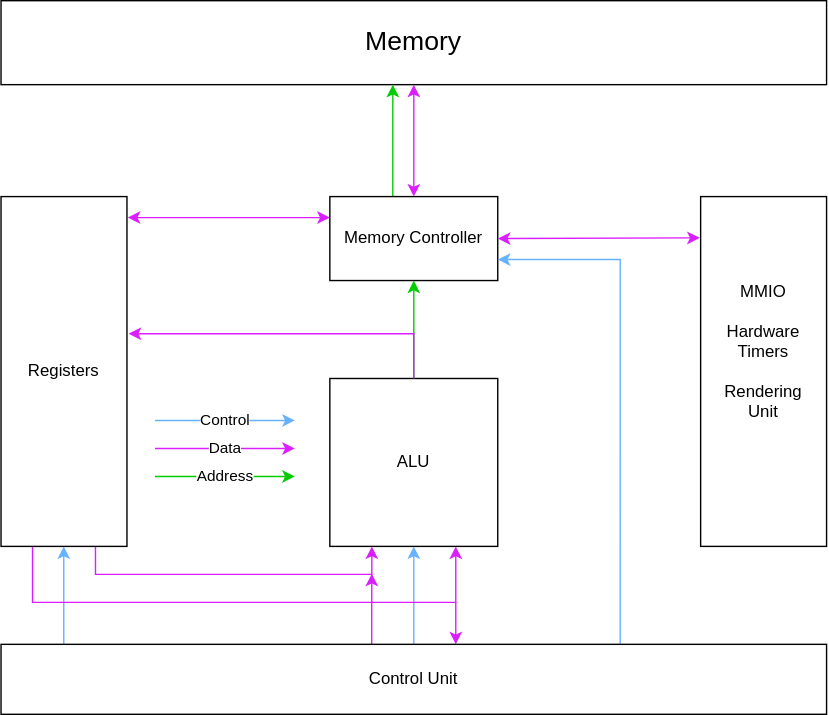
Before: docs/High Level Hardware Architecture.drawio.svg, a diagram exported from draw.io (Sanotsch2003/MiPro-XG-V1). Source tidied: cells renumbered, new cells last; positions are measured from the earlier drawing's top-left corner, leaving out a move shared by most shapes.
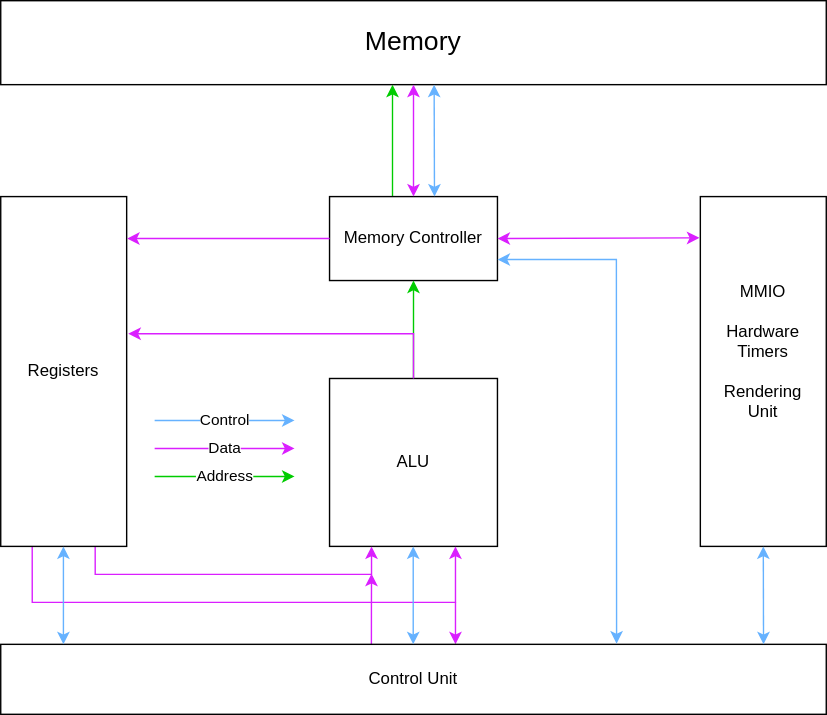
Above is the later version.

The edit, as a diff of the source:
```diff
@@ -2,12 +2,6 @@
   <root>
     <mxCell id="0" />
     <mxCell id="1" parent="0" />
-    <mxCell id="2" style="edgeStyle=orthogonalEdgeStyle;rounded=0;orthogonalLoop=1;jettySize=auto;html=1;exitX=0.5;exitY=0;exitDx=0;exitDy=0;strokeColor=#66B2FF;" parent="1" edge="1">
-      <mxGeometry relative="1" as="geometry">
-        <mxPoint x="44.8" y="460" as="sourcePoint" />
-        <mxPoint x="44.8" y="390" as="targetPoint" />
-      </mxGeometry>
-    </mxCell>
     <mxCell id="3" value="&lt;font style=&quot;font-size: 19px;&quot;&gt;Memory&lt;/font&gt;" style="rounded=0;whiteSpace=wrap;html=1;" parent="1" vertex="1">
       <mxGeometry width="590" height="60" as="geometry" />
     </mxCell>
@@ -23,9 +17,6 @@
     <mxCell id="6" style="edgeStyle=orthogonalEdgeStyle;rounded=0;jettySize=auto;html=1;entryX=0.5;entryY=1;entryDx=0;entryDy=0;strokeColor=#00CC00;" parent="1" edge="1" source="8" target="5">
       <mxGeometry relative="1" as="geometry" />
     </mxCell>
-    <mxCell id="7" style="edgeStyle=orthogonalEdgeStyle;rounded=0;jettySize=auto;html=1;exitX=0.5;exitY=0;exitDx=0;exitDy=0;strokeColor=#66B2FF;" parent="1" edge="1" source="16" target="8">
-      <mxGeometry relative="1" as="geometry" />
-    </mxCell>
     <mxCell id="8" value="ALU" style="whiteSpace=wrap;html=1;" parent="1" vertex="1">
       <mxGeometry x="235" y="270" width="120" height="120" as="geometry" />
     </mxCell>
@@ -51,9 +42,6 @@
         <mxPoint x="265" y="409.5" as="targetPoint" />
       </mxGeometry>
     </mxCell>
-    <mxCell id="14" style="edgeStyle=orthogonalEdgeStyle;rounded=0;jettySize=auto;html=1;exitX=0.75;exitY=0;exitDx=0;exitDy=0;entryX=1;entryY=0.75;entryDx=0;entryDy=0;strokeColor=#66B2FF;" parent="1" edge="1" source="16" target="5">
-      <mxGeometry relative="1" as="geometry" />
-    </mxCell>
     <mxCell id="15" style="edgeStyle=orthogonalEdgeStyle;rounded=0;orthogonalLoop=1;jettySize=auto;html=1;endSize=6;strokeColor=#DA1FFF;startSize=6;" parent="1" edge="1">
       <mxGeometry relative="1" as="geometry">
         <mxPoint x="325" y="430" as="sourcePoint" />
@@ -70,6 +58,9 @@
         </Array>
       </mxGeometry>
     </mxCell>
+    <mxCell id="23" style="edgeStyle=orthogonalEdgeStyle;rounded=0;jettySize=auto;html=1;entryX=1.003;entryY=0.12;entryDx=0;entryDy=0;entryPerimeter=0;strokeColor=#DA1FFF;" parent="1" edge="1" source="5" target="12">
+      <mxGeometry relative="1" as="geometry" />
+    </mxCell>
     <mxCell id="18" value="Control" style="edgeStyle=orthogonalEdgeStyle;rounded=0;orthogonalLoop=1;jettySize=auto;html=1;strokeColor=#66B2FF;" parent="1" edge="1">
       <mxGeometry relative="1" as="geometry">
         <mxPoint x="110" y="300" as="sourcePoint" />
@@ -106,8 +97,32 @@
     <mxCell id="22" style="endArrow=classic;startArrow=classic;html=1;rounded=0;entryX=1;entryY=0.5;entryDx=0;entryDy=0;exitX=-0.007;exitY=0.118;exitDx=0;exitDy=0;strokeColor=#DA1FFF;exitPerimeter=0;" parent="1" edge="1" source="9" target="5">
       <mxGeometry relative="1" as="geometry" />
     </mxCell>
-    <mxCell id="23" style="endArrow=classic;startArrow=classic;html=1;rounded=0;exitX=0;exitY=0.25;exitDx=0;exitDy=0;strokeColor=#DA1FFF;entryX=1.006;entryY=0.06;entryDx=0;entryDy=0;entryPerimeter=0;" parent="1" edge="1" source="5" target="12">
-      <mxGeometry relative="1" as="geometry" />
-    </mxCell>
+    <mxCell id="24" style="endArrow=classic;startArrow=classic;html=1;rounded=0;exitX=0.5;exitY=1;exitDx=0;exitDy=0;entryX=0.924;entryY=0;entryDx=0;entryDy=0;entryPerimeter=0;strokeColor=#66B2FF;" parent="1" edge="1" source="9" target="16">
+      <mxGeometry relative="1" as="geometry" />
+    </mxCell>
+    <mxCell id="25" style="endArrow=classic;startArrow=classic;html=1;rounded=0;exitX=1;exitY=0.75;exitDx=0;exitDy=0;entryX=0.746;entryY=-0.01;entryDx=0;entryDy=0;strokeColor=#66B2FF;entryPerimeter=0;" parent="1" edge="1" source="5" target="16">
+      <mxGeometry relative="1" as="geometry">
+        <Array as="points">
+          <mxPoint x="440" y="185" />
+        </Array>
+      </mxGeometry>
+    </mxCell>
+    <mxCell id="26" style="endArrow=classic;startArrow=classic;html=1;rounded=0;exitX=0.5;exitY=1;exitDx=0;exitDy=0;entryX=0.924;entryY=0;entryDx=0;entryDy=0;entryPerimeter=0;strokeColor=#66B2FF;" parent="1" edge="1">
+      <mxGeometry relative="1" as="geometry">
+        <mxPoint x="294.8" y="390" as="sourcePoint" />
+        <mxPoint x="294.8" y="460" as="targetPoint" />
+      </mxGeometry>
+    </mxCell>
+    <mxCell id="27" style="endArrow=classic;startArrow=classic;html=1;rounded=0;exitX=0.5;exitY=1;exitDx=0;exitDy=0;entryX=0.924;entryY=0;entryDx=0;entryDy=0;entryPerimeter=0;strokeColor=#66B2FF;" parent="1" edge="1">
+      <mxGeometry relative="1" as="geometry">
+        <mxPoint x="44.8" y="390" as="sourcePoint" />
+        <mxPoint x="44.8" y="460" as="targetPoint" />
+      </mxGeometry>
+    </mxCell>
+    <mxCell id="28" style="endArrow=classic;startArrow=classic;html=1;rounded=0;exitX=0.525;exitY=1;exitDx=0;exitDy=0;entryX=0.924;entryY=0;entryDx=0;entryDy=0;entryPerimeter=0;strokeColor=#66B2FF;exitPerimeter=0;" parent="1" edge="1" source="3">
+      <mxGeometry relative="1" as="geometry">
+        <mxPoint x="310" y="140" as="targetPoint" />
+      </mxGeometry>
+    </mxCell>
   </root>
 </mxGraphModel>
```
